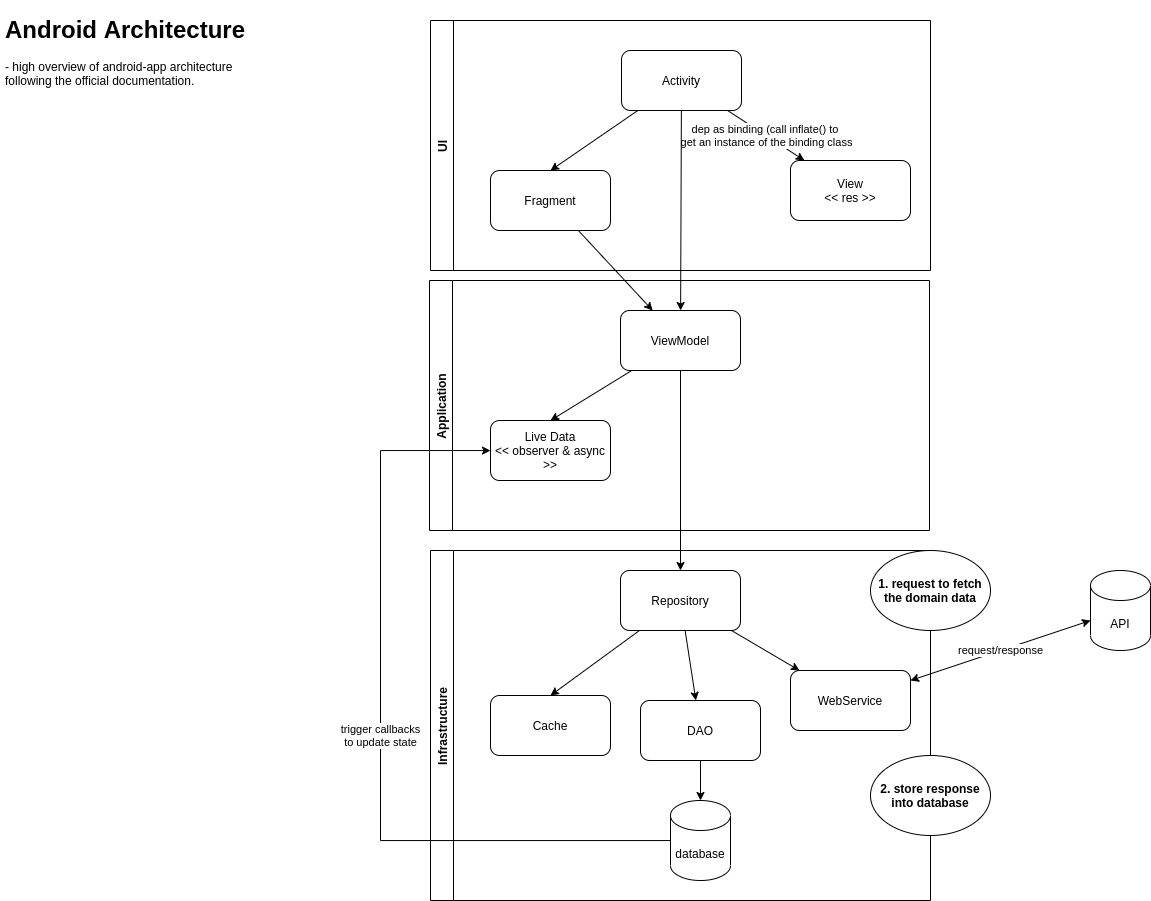
Earlier version of the draw.io export android-architecture.png (stsiwo/android-concept). Source tidied: cells renumbered, new cells last; positions are measured from the earlier drawing's top-left corner, leaving out a move shared by most shapes.
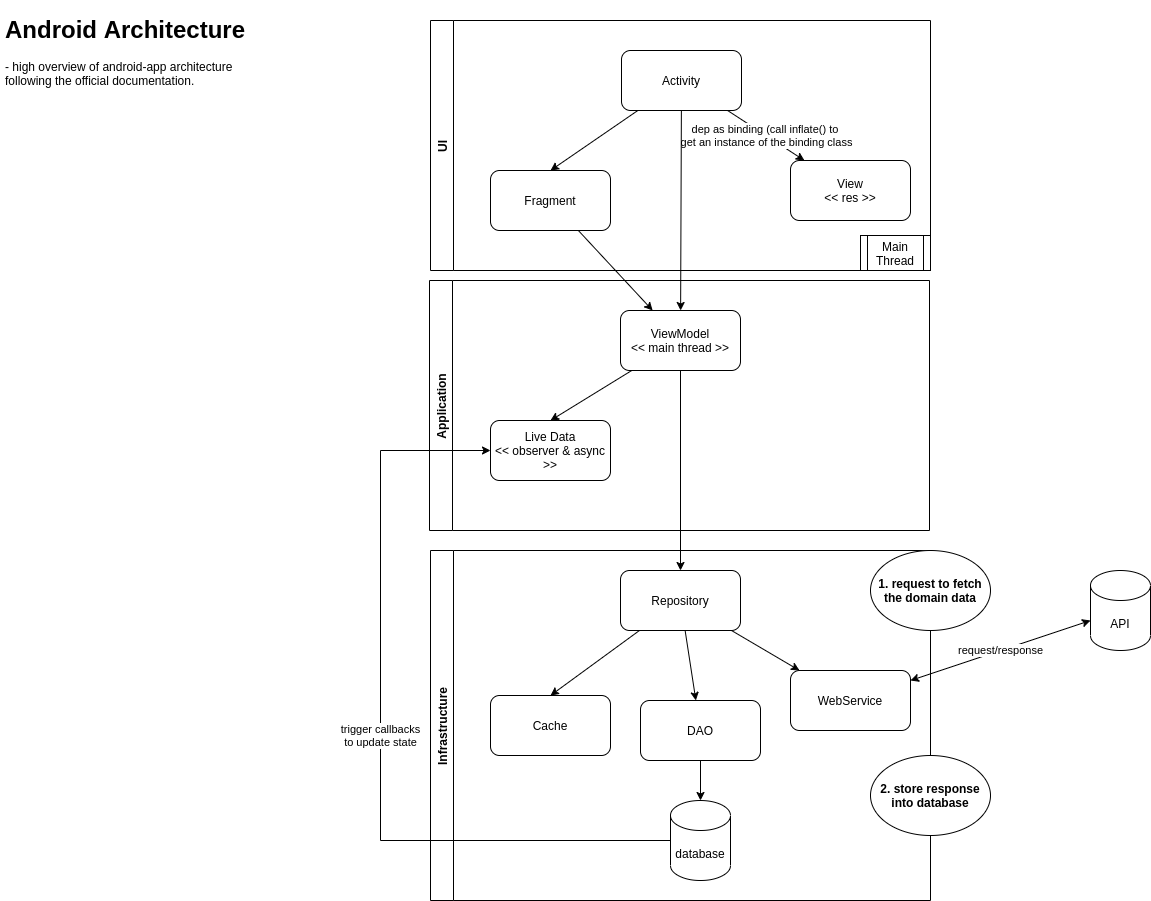
The same diagram one commit later.

Diff of the diagram source:
```diff
@@ -50,7 +50,7 @@
     <mxCell id="17" style="edgeStyle=none;rounded=0;jettySize=auto;html=1;entryX=0.5;entryY=0;entryDx=0;entryDy=0;startArrow=none;startFill=0;" parent="16" edge="1" source="18" target="19">
       <mxGeometry relative="1" as="geometry" />
     </mxCell>
-    <mxCell id="18" value="ViewModel" style="rounded=1;whiteSpace=wrap;html=1;" parent="16" vertex="1">
+    <mxCell id="18" value="ViewModel&lt;br&gt;&amp;lt;&amp;lt; main thread &amp;gt;&amp;gt;" style="rounded=1;whiteSpace=wrap;html=1;" parent="16" vertex="1">
       <mxGeometry x="191" y="30" width="120" height="60" as="geometry" />
     </mxCell>
     <mxCell id="19" value="Live Data&lt;br&gt;&amp;lt;&amp;lt; observer &amp;amp; async &amp;gt;&amp;gt;" style="rounded=1;whiteSpace=wrap;html=1;" parent="16" vertex="1">
@@ -77,6 +77,9 @@
     <mxCell id="26" value="View&lt;br&gt;&amp;lt;&amp;lt; res &amp;gt;&amp;gt;" style="rounded=1;whiteSpace=wrap;html=1;" parent="21" vertex="1">
       <mxGeometry x="360" y="140" width="120" height="60" as="geometry" />
     </mxCell>
+    <mxCell id="31" value="Main Thread" style="shape=process;whiteSpace=wrap;html=1;backgroundOutline=1;" parent="21" vertex="1">
+      <mxGeometry x="430" y="215" width="70" height="35" as="geometry" />
+    </mxCell>
     <mxCell id="27" style="edgeStyle=none;rounded=0;jettySize=auto;html=1;startArrow=none;startFill=0;" parent="1" edge="1" source="25" target="18">
       <mxGeometry relative="1" as="geometry" />
     </mxCell>
```
